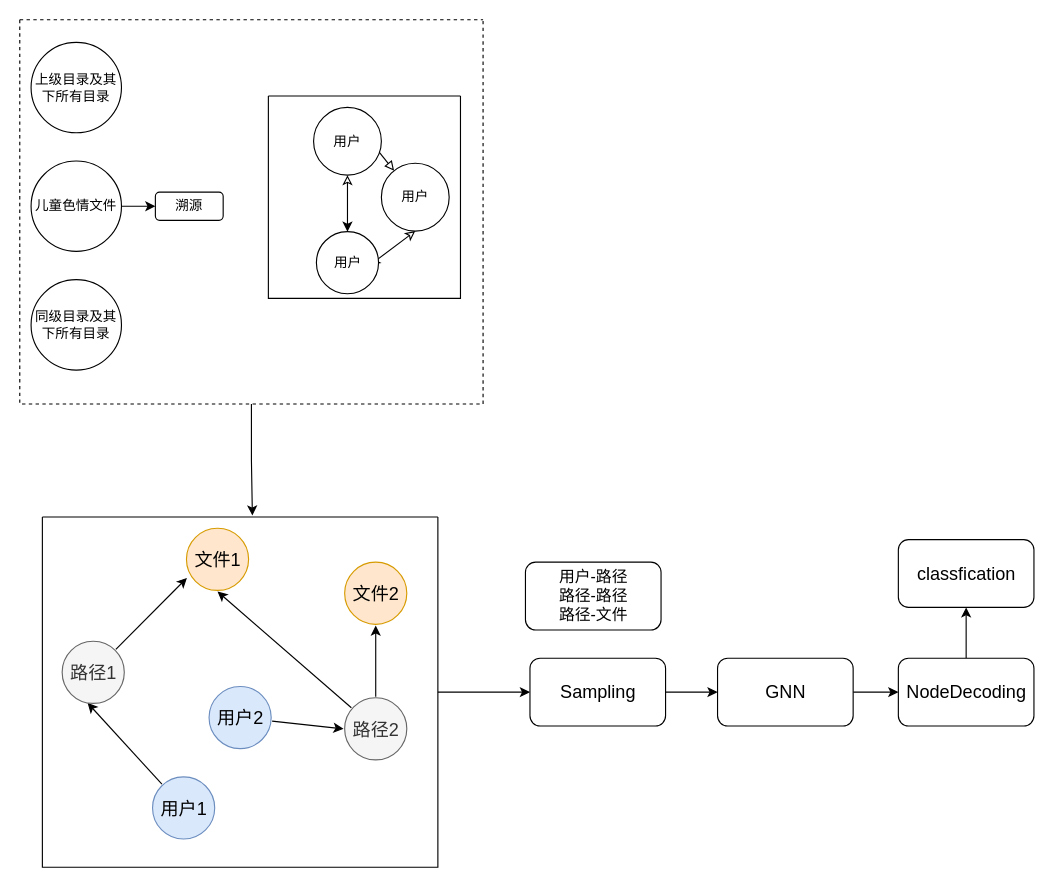
Earlier version of the draw.io diagram 图模型+NLP+CV模型.drawio (hengxingtx/draw_pic). Source tidied: cells renumbered, new cells numbered last; positions are measured from the earlier drawing's top-left corner, leaving out a move shared by most shapes. Both pictures are drawn from the tidied source at 113%, with x=0, y=0 at pixel (19, 19).
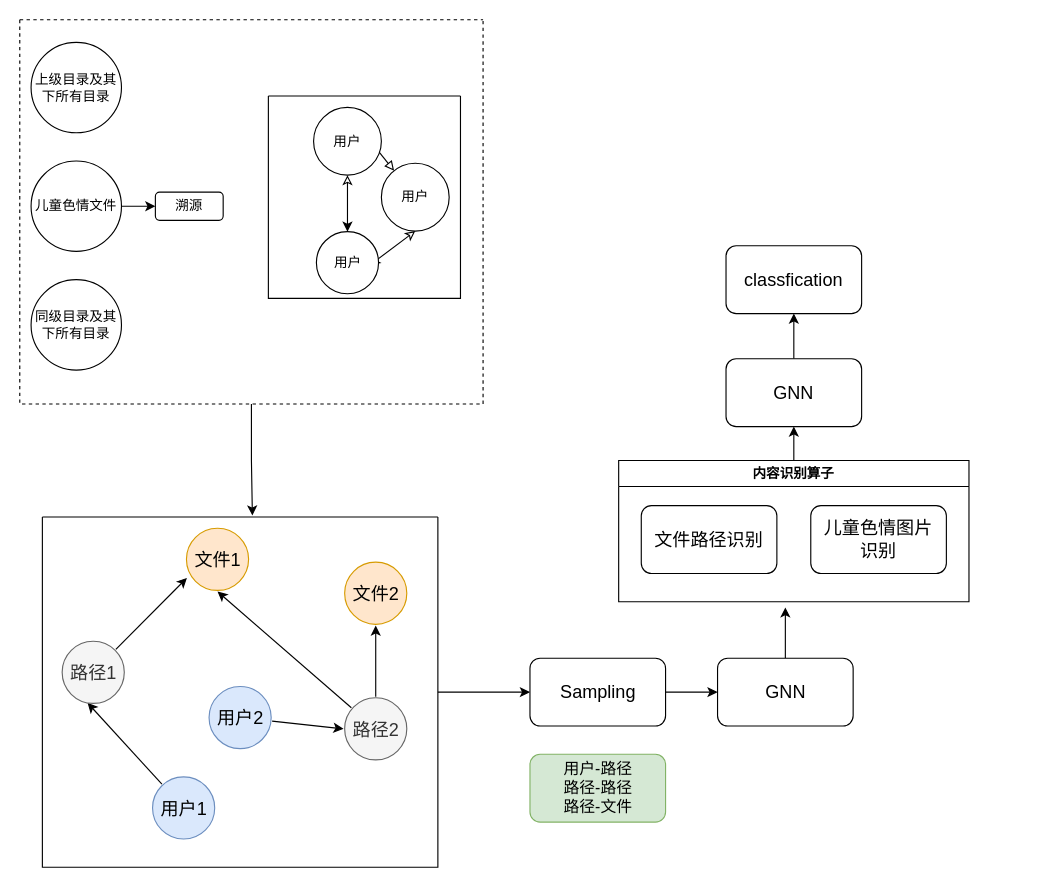
The same diagram, later.

Commit message:
更新图模型+NLP+CV模型.drawio

The change refers to these unchanged cells:
```xml
<mxCell id="18" value="GNN" style="rounded=1;whiteSpace=wrap;html=1;fontSize=16;" parent="1" vertex="1">
  <mxGeometry x="617.5" y="565" width="120" height="60" as="geometry" />
</mxCell>
```

Change to the diagram source:
```diff
@@
-    <mxCell id="17" style="edgeStyle=orthogonalEdgeStyle;rounded=0;jettySize=auto;html=1;" parent="1" edge="1" source="18" target="20">
-      <mxGeometry relative="1" as="geometry" />
-    </mxCell>
+    <mxCell id="39" style="edgeStyle=orthogonalEdgeStyle;rounded=0;jettySize=auto;html=1;" parent="1" edge="1" source="18">
+      <mxGeometry relative="1" as="geometry">
+        <mxPoint x="677.5" y="520" as="targetPoint" />
+      </mxGeometry>
+    </mxCell>
@@
-    <mxCell id="19" style="edgeStyle=orthogonalEdgeStyle;rounded=0;jettySize=auto;html=1;" parent="1" edge="1" source="20" target="21">
-      <mxGeometry relative="1" as="geometry" />
-    </mxCell>
-    <mxCell id="20" value="NodeDecoding" style="rounded=1;whiteSpace=wrap;html=1;fontSize=16;" parent="1" vertex="1">
-      <mxGeometry x="777.5" y="565" width="120" height="60" as="geometry" />
-    </mxCell>
     <mxCell id="21" value="classfication" style="rounded=1;whiteSpace=wrap;html=1;fontSize=16;" parent="1" vertex="1">
-      <mxGeometry x="777.5" y="460" width="120" height="60" as="geometry" />
+      <mxGeometry x="625" y="200" width="120" height="60" as="geometry" />
     </mxCell>
-    <mxCell id="22" value="&lt;font style=&quot;font-size: 14px;&quot;&gt;用户-路径&lt;br&gt;路径-路径&lt;br&gt;路径-文件&lt;/font&gt;" style="rounded=1;whiteSpace=wrap;html=1;" parent="1" vertex="1">
-      <mxGeometry x="447.5" y="480" width="120" height="60" as="geometry" />
+    <mxCell id="22" value="&lt;font style=&quot;font-size: 14px;&quot;&gt;用户-路径&lt;br&gt;路径-路径&lt;br&gt;路径-文件&lt;/font&gt;" style="rounded=1;whiteSpace=wrap;html=1;fillColor=#d5e8d4;strokeColor=#82b366;" parent="1" vertex="1">
+      <mxGeometry x="451.5" y="650" width="120" height="60" as="geometry" />
     </mxCell>
@@
+    <mxCell id="40" style="edgeStyle=orthogonalEdgeStyle;rounded=0;jettySize=auto;html=1;" parent="1" edge="1" source="41" target="21">
+      <mxGeometry relative="1" as="geometry" />
+    </mxCell>
+    <mxCell id="41" value="GNN" style="rounded=1;whiteSpace=wrap;html=1;fontSize=16;" parent="1" vertex="1">
+      <mxGeometry x="625" y="300" width="120" height="60" as="geometry" />
+    </mxCell>
+    <mxCell id="42" style="edgeStyle=orthogonalEdgeStyle;rounded=0;jettySize=auto;html=1;" parent="1" edge="1" source="43" target="41">
+      <mxGeometry relative="1" as="geometry" />
+    </mxCell>
+    <mxCell id="43" value="内容识别算子" style="swimlane;whiteSpace=wrap;html=1;" parent="1" vertex="1">
+      <mxGeometry x="530" y="390" width="310" height="125" as="geometry" />
+    </mxCell>
+    <mxCell id="44" value="文件路径识别" style="rounded=1;whiteSpace=wrap;html=1;fontSize=16;" parent="43" vertex="1">
+      <mxGeometry x="20" y="40" width="120" height="60" as="geometry" />
+    </mxCell>
+    <mxCell id="45" value="儿童色情图片&lt;br&gt;识别" style="rounded=1;whiteSpace=wrap;html=1;fontSize=16;" parent="43" vertex="1">
+      <mxGeometry x="170" y="40" width="120" height="60" as="geometry" />
+    </mxCell>
```
